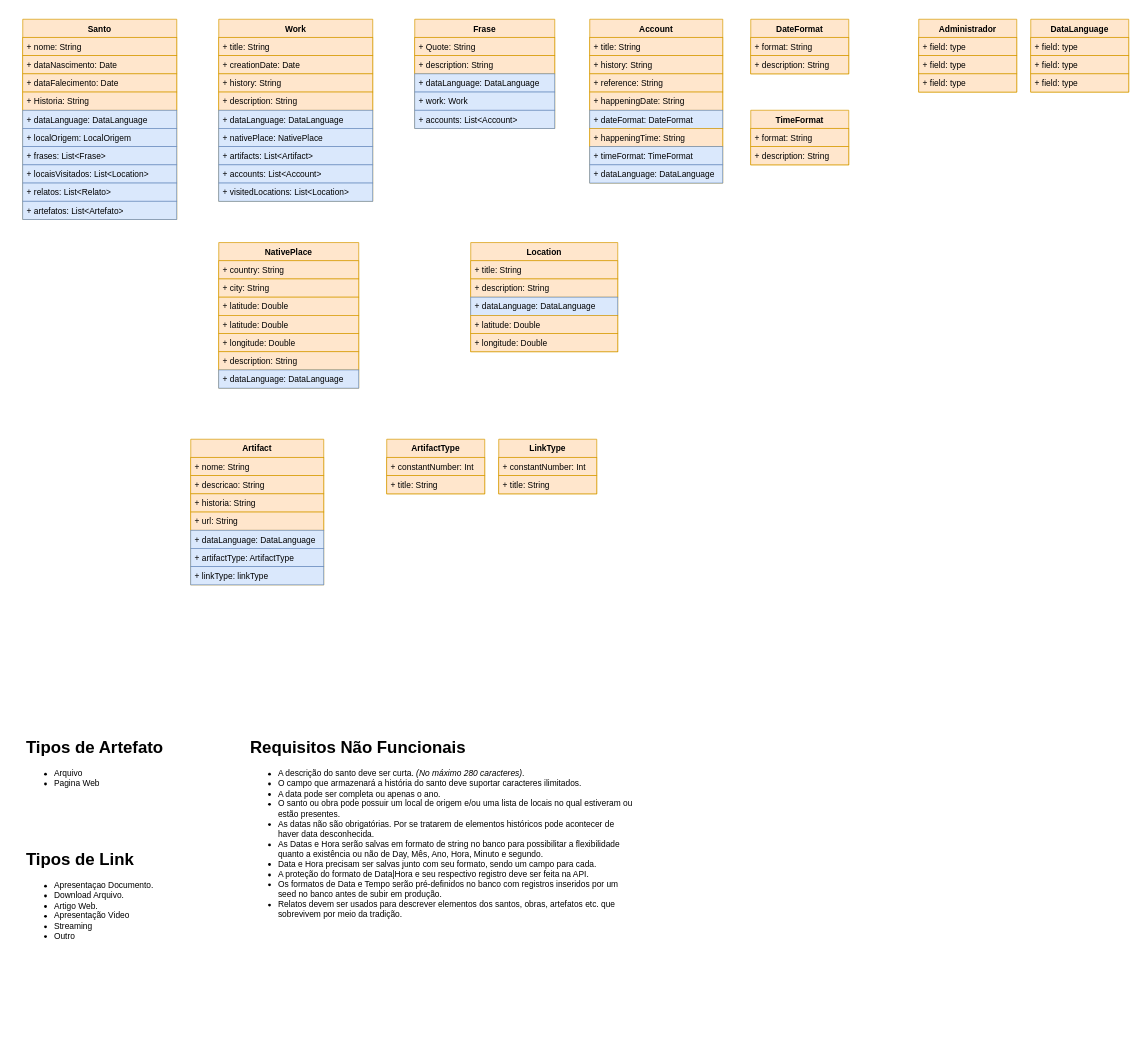
Earlier version of the draw.io diagram page "ClassDiagram" (2 of 2) of Documentation/Untitled Diagram.drawio (the-catholics/Saints-API). Source tidied: cells renumbered, new cells numbered last; positions are measured from the earlier drawing's top-left corner, leaving out a move shared by most shapes. Both pictures are drawn from the tidied source at 70%, with x=0, y=0 at pixel (22, 19).
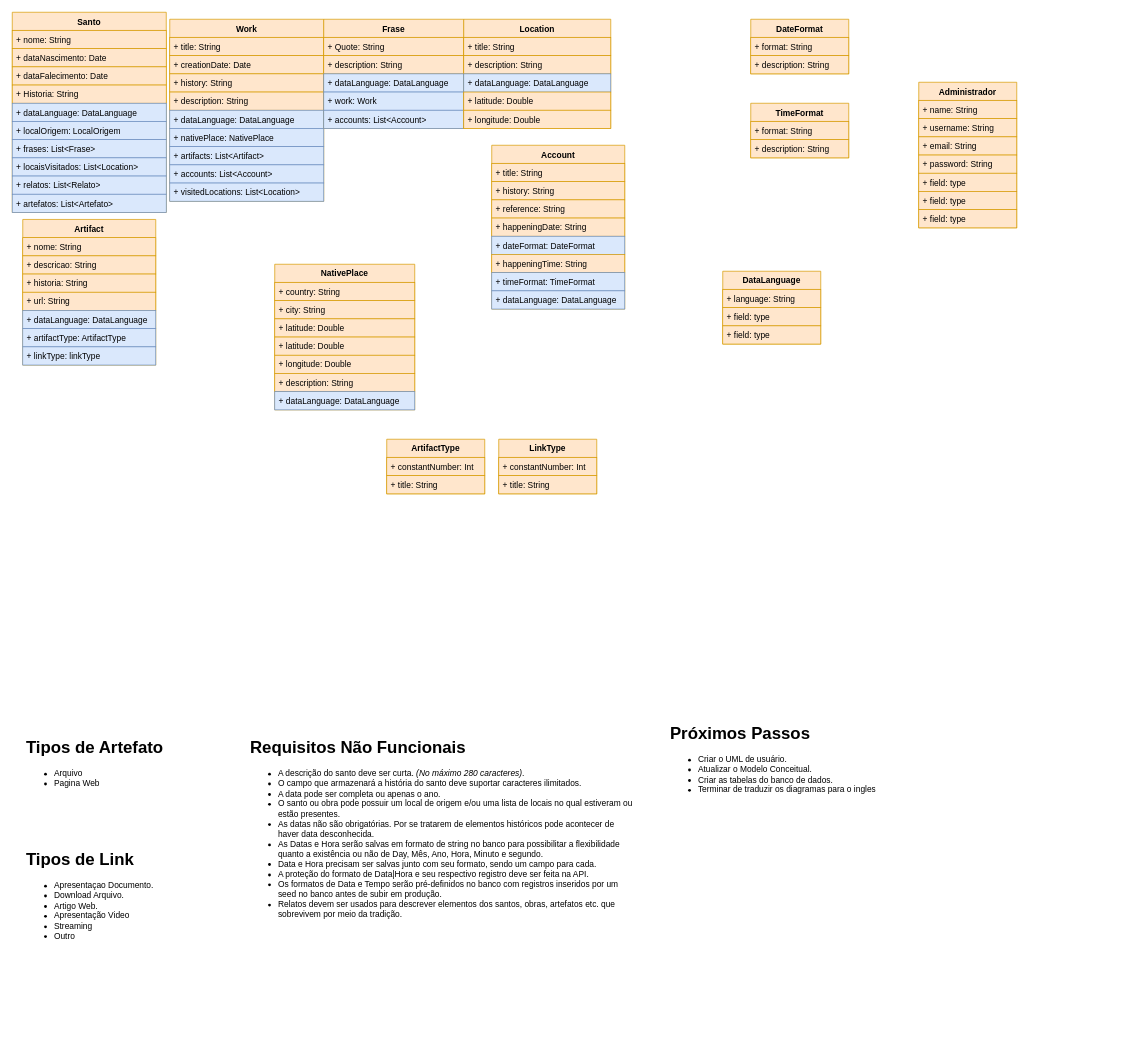
Above is the later version.

Diff of the diagram source:
```diff
@@
     <mxCell id="2" value="Work" style="swimlane;fontStyle=1;horizontal=1;startSize=26;fillColor=#ffe6cc;strokeColor=#d79b00;" parent="1" vertex="1">
-      <mxGeometry x="280" width="220" height="260" as="geometry" />
+      <mxGeometry x="210" width="220" height="260" as="geometry" />
     </mxCell>
@@
     <mxCell id="12" value="Santo" style="swimlane;fontStyle=1;horizontal=1;startSize=26;fillColor=#ffe6cc;strokeColor=#d79b00;" parent="1" vertex="1">
-      <mxGeometry width="220" height="286" as="geometry" />
+      <mxGeometry x="-15" y="-10" width="220" height="286" as="geometry" />
     </mxCell>
@@
     <mxCell id="23" value="Frase" style="swimlane;fontStyle=1;horizontal=1;startSize=26;fillColor=#ffe6cc;strokeColor=#d79b00;" parent="1" vertex="1">
-      <mxGeometry x="560" width="200" height="156" as="geometry" />
+      <mxGeometry x="430" width="200" height="156" as="geometry" />
     </mxCell>
@@
     <mxCell id="30" value="Administrador" style="swimlane;fontStyle=1;horizontal=1;startSize=26;fillColor=#ffe6cc;strokeColor=#d79b00;" parent="1" vertex="1">
-      <mxGeometry x="1280" width="140" height="104" as="geometry" />
+      <mxGeometry x="1280" y="90" width="140" height="208" as="geometry" />
     </mxCell>
-    <mxCell id="31" value="+ field: type" style="text;strokeColor=#d79b00;fillColor=#ffe6cc;align=left;verticalAlign=top;spacingLeft=4;spacingRight=4;overflow=hidden;" parent="30" vertex="1">
+    <mxCell id="31" value="+ name: String" style="text;strokeColor=#d79b00;fillColor=#ffe6cc;align=left;verticalAlign=top;spacingLeft=4;spacingRight=4;overflow=hidden;" parent="30" vertex="1">
       <mxGeometry y="26" width="140" height="26" as="geometry" />
     </mxCell>
-    <mxCell id="32" value="+ field: type" style="text;strokeColor=#d79b00;fillColor=#ffe6cc;align=left;verticalAlign=top;spacingLeft=4;spacingRight=4;overflow=hidden;" parent="30" vertex="1">
+    <mxCell id="32" value="+ username: String" style="text;strokeColor=#d79b00;fillColor=#ffe6cc;align=left;verticalAlign=top;spacingLeft=4;spacingRight=4;overflow=hidden;" parent="30" vertex="1">
       <mxGeometry y="52" width="140" height="26" as="geometry" />
     </mxCell>
-    <mxCell id="33" value="+ field: type" style="text;strokeColor=#d79b00;fillColor=#ffe6cc;align=left;verticalAlign=top;spacingLeft=4;spacingRight=4;overflow=hidden;" parent="30" vertex="1">
+    <mxCell id="33" value="+ email: String" style="text;strokeColor=#d79b00;fillColor=#ffe6cc;align=left;verticalAlign=top;spacingLeft=4;spacingRight=4;overflow=hidden;" parent="30" vertex="1">
       <mxGeometry y="78" width="140" height="26" as="geometry" />
     </mxCell>
+    <mxCell id="83" value="+ password: String" style="text;strokeColor=#d79b00;fillColor=#ffe6cc;align=left;verticalAlign=top;spacingLeft=4;spacingRight=4;overflow=hidden;" parent="30" vertex="1">
+      <mxGeometry y="104" width="140" height="26" as="geometry" />
+    </mxCell>
+    <mxCell id="84" value="+ field: type" style="text;strokeColor=#d79b00;fillColor=#ffe6cc;align=left;verticalAlign=top;spacingLeft=4;spacingRight=4;overflow=hidden;" parent="30" vertex="1">
+      <mxGeometry y="130" width="140" height="26" as="geometry" />
+    </mxCell>
+    <mxCell id="85" value="+ field: type" style="text;strokeColor=#d79b00;fillColor=#ffe6cc;align=left;verticalAlign=top;spacingLeft=4;spacingRight=4;overflow=hidden;" parent="30" vertex="1">
+      <mxGeometry y="156" width="140" height="26" as="geometry" />
+    </mxCell>
+    <mxCell id="86" value="+ field: type" style="text;strokeColor=#d79b00;fillColor=#ffe6cc;align=left;verticalAlign=top;spacingLeft=4;spacingRight=4;overflow=hidden;" parent="30" vertex="1">
+      <mxGeometry y="182" width="140" height="26" as="geometry" />
+    </mxCell>
     <mxCell id="34" value="Account" style="swimlane;fontStyle=1;horizontal=1;startSize=26;fillColor=#ffe6cc;strokeColor=#d79b00;" parent="1" vertex="1">
-      <mxGeometry x="810" width="190" height="234" as="geometry" />
+      <mxGeometry x="670" y="180" width="190" height="234" as="geometry" />
     </mxCell>
@@
     <mxCell id="43" value="Location" style="swimlane;fontStyle=1;horizontal=1;startSize=26;fillColor=#ffe6cc;strokeColor=#d79b00;" parent="1" vertex="1">
-      <mxGeometry x="640" y="319" width="210" height="156" as="geometry" />
+      <mxGeometry x="630" width="210" height="156" as="geometry" />
     </mxCell>
@@
-    <mxCell id="49" value="NativePlace" style="swimlane;fontStyle=1;horizontal=1;startSize=26;fillColor=#ffe6cc;strokeColor=#d79b00;" parent="1" vertex="1">
-      <mxGeometry x="280" y="319" width="200" height="208" as="geometry" />
-    </mxCell>
-    <mxCell id="50" value="+ country: String" style="text;strokeColor=#d79b00;fillColor=#ffe6cc;align=left;verticalAlign=top;spacingLeft=4;spacingRight=4;overflow=hidden;" parent="49" vertex="1">
-      <mxGeometry y="26" width="200" height="26" as="geometry" />
-    </mxCell>
-    <mxCell id="51" value="+ city: String" style="text;strokeColor=#d79b00;fillColor=#ffe6cc;align=left;verticalAlign=top;spacingLeft=4;spacingRight=4;overflow=hidden;" parent="49" vertex="1">
-      <mxGeometry y="52" width="200" height="26" as="geometry" />
-    </mxCell>
-    <mxCell id="52" value="+ latitude: Double" style="text;strokeColor=#d79b00;fillColor=#ffe6cc;align=left;verticalAlign=top;spacingLeft=4;spacingRight=4;overflow=hidden;" parent="49" vertex="1">
-      <mxGeometry y="78" width="200" height="26" as="geometry" />
-    </mxCell>
-    <mxCell id="53" value="+ latitude: Double" style="text;strokeColor=#d79b00;fillColor=#ffe6cc;align=left;verticalAlign=top;spacingLeft=4;spacingRight=4;overflow=hidden;" parent="49" vertex="1">
-      <mxGeometry y="104" width="200" height="26" as="geometry" />
-    </mxCell>
-    <mxCell id="54" value="+ longitude: Double" style="text;strokeColor=#d79b00;fillColor=#ffe6cc;align=left;verticalAlign=top;spacingLeft=4;spacingRight=4;overflow=hidden;" parent="49" vertex="1">
-      <mxGeometry y="130" width="200" height="26" as="geometry" />
-    </mxCell>
-    <mxCell id="55" value="+ description: String" style="text;strokeColor=#d79b00;fillColor=#ffe6cc;align=left;verticalAlign=top;spacingLeft=4;spacingRight=4;overflow=hidden;" parent="49" vertex="1">
-      <mxGeometry y="156" width="200" height="26" as="geometry" />
-    </mxCell>
-    <mxCell id="56" value="+ dataLanguage: DataLanguage" style="text;strokeColor=#6c8ebf;fillColor=#dae8fc;align=left;verticalAlign=top;spacingLeft=4;spacingRight=4;overflow=hidden;" parent="49" vertex="1">
-      <mxGeometry y="182" width="200" height="26" as="geometry" />
-    </mxCell>
     <mxCell id="57" value="Artifact" style="swimlane;fontStyle=1;horizontal=1;startSize=26;fillColor=#ffe6cc;strokeColor=#d79b00;" parent="1" vertex="1">
-      <mxGeometry x="240" y="600" width="190" height="208" as="geometry" />
+      <mxGeometry y="286" width="190" height="208" as="geometry" />
     </mxCell>
@@
     <mxCell id="69" value="TimeFormat" style="swimlane;fontStyle=1;horizontal=1;startSize=26;fillColor=#ffe6cc;strokeColor=#d79b00;" parent="1" vertex="1">
-      <mxGeometry x="1040" y="130" width="140" height="78" as="geometry" />
+      <mxGeometry x="1040" y="120" width="140" height="78" as="geometry" />
     </mxCell>
@@
     <mxCell id="72" value="DataLanguage" style="swimlane;fontStyle=1;horizontal=1;startSize=26;fillColor=#ffe6cc;strokeColor=#d79b00;" parent="1" vertex="1">
-      <mxGeometry x="1440" width="140" height="104" as="geometry" />
+      <mxGeometry x="1000" y="360" width="140" height="104" as="geometry" />
     </mxCell>
-    <mxCell id="73" value="+ field: type" style="text;strokeColor=#d79b00;fillColor=#ffe6cc;align=left;verticalAlign=top;spacingLeft=4;spacingRight=4;overflow=hidden;" parent="72" vertex="1">
+    <mxCell id="73" value="+ language: String" style="text;strokeColor=#d79b00;fillColor=#ffe6cc;align=left;verticalAlign=top;spacingLeft=4;spacingRight=4;overflow=hidden;" parent="72" vertex="1">
       <mxGeometry y="26" width="140" height="26" as="geometry" />
     </mxCell>
@@
+    <mxCell id="87" value="&lt;h1&gt;Próximos Passos&lt;/h1&gt;&lt;p&gt;&lt;/p&gt;&lt;ul&gt;&lt;li&gt;Criar o UML de usuário.&lt;/li&gt;&lt;li&gt;Atualizar o Modelo Conceitual.&lt;/li&gt;&lt;li&gt;Criar as tabelas do banco de dados.&lt;/li&gt;&lt;li&gt;Terminar de traduzir os diagramas para o ingles&lt;/li&gt;&lt;/ul&gt;&lt;p&gt;&lt;/p&gt;" style="text;html=1;strokeColor=none;fillColor=none;spacing=5;spacingTop=-20;whiteSpace=wrap;overflow=hidden;rounded=0;" parent="1" vertex="1">
+      <mxGeometry x="920" y="1000" width="560" height="420" as="geometry" />
+    </mxCell>
+    <mxCell id="49" value="NativePlace" style="swimlane;fontStyle=1;horizontal=1;startSize=26;fillColor=#ffe6cc;strokeColor=#d79b00;" parent="1" vertex="1">
+      <mxGeometry x="360" y="350" width="200" height="208" as="geometry" />
+    </mxCell>
+    <mxCell id="50" value="+ country: String" style="text;strokeColor=#d79b00;fillColor=#ffe6cc;align=left;verticalAlign=top;spacingLeft=4;spacingRight=4;overflow=hidden;" parent="49" vertex="1">
+      <mxGeometry y="26" width="200" height="26" as="geometry" />
+    </mxCell>
+    <mxCell id="51" value="+ city: String" style="text;strokeColor=#d79b00;fillColor=#ffe6cc;align=left;verticalAlign=top;spacingLeft=4;spacingRight=4;overflow=hidden;" parent="49" vertex="1">
+      <mxGeometry y="52" width="200" height="26" as="geometry" />
+    </mxCell>
+    <mxCell id="52" value="+ latitude: Double" style="text;strokeColor=#d79b00;fillColor=#ffe6cc;align=left;verticalAlign=top;spacingLeft=4;spacingRight=4;overflow=hidden;" parent="49" vertex="1">
+      <mxGeometry y="78" width="200" height="26" as="geometry" />
+    </mxCell>
+    <mxCell id="53" value="+ latitude: Double" style="text;strokeColor=#d79b00;fillColor=#ffe6cc;align=left;verticalAlign=top;spacingLeft=4;spacingRight=4;overflow=hidden;" parent="49" vertex="1">
+      <mxGeometry y="104" width="200" height="26" as="geometry" />
+    </mxCell>
+    <mxCell id="54" value="+ longitude: Double" style="text;strokeColor=#d79b00;fillColor=#ffe6cc;align=left;verticalAlign=top;spacingLeft=4;spacingRight=4;overflow=hidden;" parent="49" vertex="1">
+      <mxGeometry y="130" width="200" height="26" as="geometry" />
+    </mxCell>
+    <mxCell id="55" value="+ description: String" style="text;strokeColor=#d79b00;fillColor=#ffe6cc;align=left;verticalAlign=top;spacingLeft=4;spacingRight=4;overflow=hidden;" parent="49" vertex="1">
+      <mxGeometry y="156" width="200" height="26" as="geometry" />
+    </mxCell>
+    <mxCell id="56" value="+ dataLanguage: DataLanguage" style="text;strokeColor=#6c8ebf;fillColor=#dae8fc;align=left;verticalAlign=top;spacingLeft=4;spacingRight=4;overflow=hidden;" parent="49" vertex="1">
+      <mxGeometry y="182" width="200" height="26" as="geometry" />
+    </mxCell>
```
